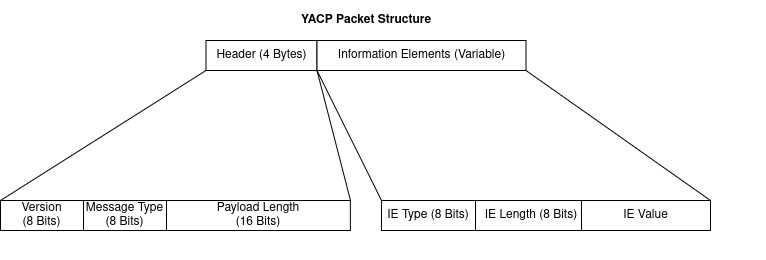
Above: docs/images/yacp_str.png in chandharlabs/yesdr-standard (draw.io), before the change. Source tidied: cells renumbered, new cells last; positions are measured from the earlier drawing's top-left corner, leaving out a move shared by most shapes.
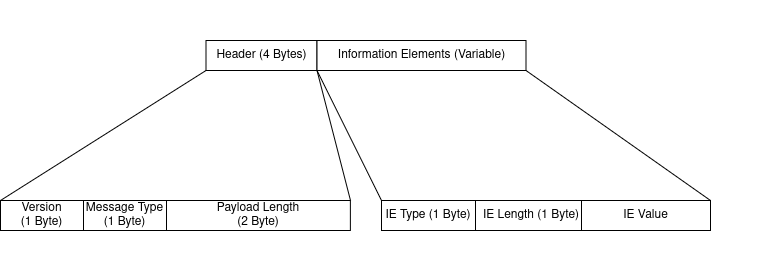
After the commit.

The edit, as a diff of the source:
```diff
@@ -11,22 +11,22 @@
     <mxCell id="4" style="group;" parent="3" vertex="1">
       <mxGeometry y="90" width="350" height="50" as="geometry" />
     </mxCell>
-    <mxCell id="5" value="&lt;div&gt;&lt;font&gt;Version&lt;/font&gt;&lt;/div&gt;&lt;div&gt;&lt;font&gt;(8 Bits)&lt;/font&gt;&lt;/div&gt;" style="rounded=0;whiteSpace=wrap;html=1;" parent="4" vertex="1">
+    <mxCell id="5" value="&lt;div&gt;&lt;font&gt;Version&lt;/font&gt;&lt;/div&gt;&lt;div&gt;&lt;font&gt;(1 Byte)&lt;/font&gt;&lt;/div&gt;" style="rounded=0;whiteSpace=wrap;html=1;" parent="4" vertex="1">
       <mxGeometry width="83" height="30" as="geometry" />
     </mxCell>
-    <mxCell id="6" value="&lt;div&gt;Message Type&lt;/div&gt;&lt;div&gt;(8 Bits)&lt;/div&gt;" style="rounded=0;whiteSpace=wrap;html=1;" parent="4" vertex="1">
+    <mxCell id="6" value="&lt;div&gt;Message Type&lt;/div&gt;&lt;div&gt;(1 Byte)&lt;/div&gt;" style="rounded=0;whiteSpace=wrap;html=1;" parent="4" vertex="1">
       <mxGeometry x="83.1" width="83.1" height="30" as="geometry" />
     </mxCell>
-    <mxCell id="7" value="Payload Length&lt;br&gt;(16 Bits)" style="rounded=0;whiteSpace=wrap;html=1;" parent="4" vertex="1">
+    <mxCell id="7" value="Payload Length&lt;br&gt;(2 Byte)" style="rounded=0;whiteSpace=wrap;html=1;" parent="4" vertex="1">
       <mxGeometry x="166.1" width="183.9" height="30" as="geometry" />
     </mxCell>
     <mxCell id="8" style="group;" parent="3" vertex="1">
       <mxGeometry x="371" y="90" width="339" height="30" as="geometry" />
     </mxCell>
-    <mxCell id="9" value="IE Length&amp;nbsp;(8 Bits)" style="rounded=0;whiteSpace=wrap;html=1;" parent="8" vertex="1">
+    <mxCell id="9" value="IE Length&amp;nbsp;(1 Byte)" style="rounded=0;whiteSpace=wrap;html=1;" parent="8" vertex="1">
       <mxGeometry x="100" width="120" height="30" as="geometry" />
     </mxCell>
-    <mxCell id="10" value="IE Type (8 Bits)" style="rounded=0;whiteSpace=wrap;html=1;" parent="8" vertex="1">
+    <mxCell id="10" value="IE Type (1 Byte)" style="rounded=0;whiteSpace=wrap;html=1;" parent="8" vertex="1">
       <mxGeometry x="10" width="94" height="30" as="geometry" />
     </mxCell>
     <mxCell id="11" value="IE Value" style="rounded=0;whiteSpace=wrap;html=1;" parent="8" vertex="1">
@@ -50,8 +50,5 @@
     <mxCell id="17" style="endArrow=none;html=1;rounded=0;exitX=0;exitY=0;exitDx=0;exitDy=0;entryX=0;entryY=1;entryDx=0;entryDy=0;" parent="2" edge="1" source="5" target="12">
       <mxGeometry relative="1" as="geometry" />
     </mxCell>
-    <mxCell id="18" value="YACP Packet Structure" style="text;html=1;whiteSpace=wrap;strokeColor=none;fillColor=none;align=center;verticalAlign=middle;rounded=0;fontStyle=1;" parent="2" vertex="1">
-      <mxGeometry x="240.5" width="250" height="40" as="geometry" />
-    </mxCell>
   </root>
 </mxGraphModel>
```
